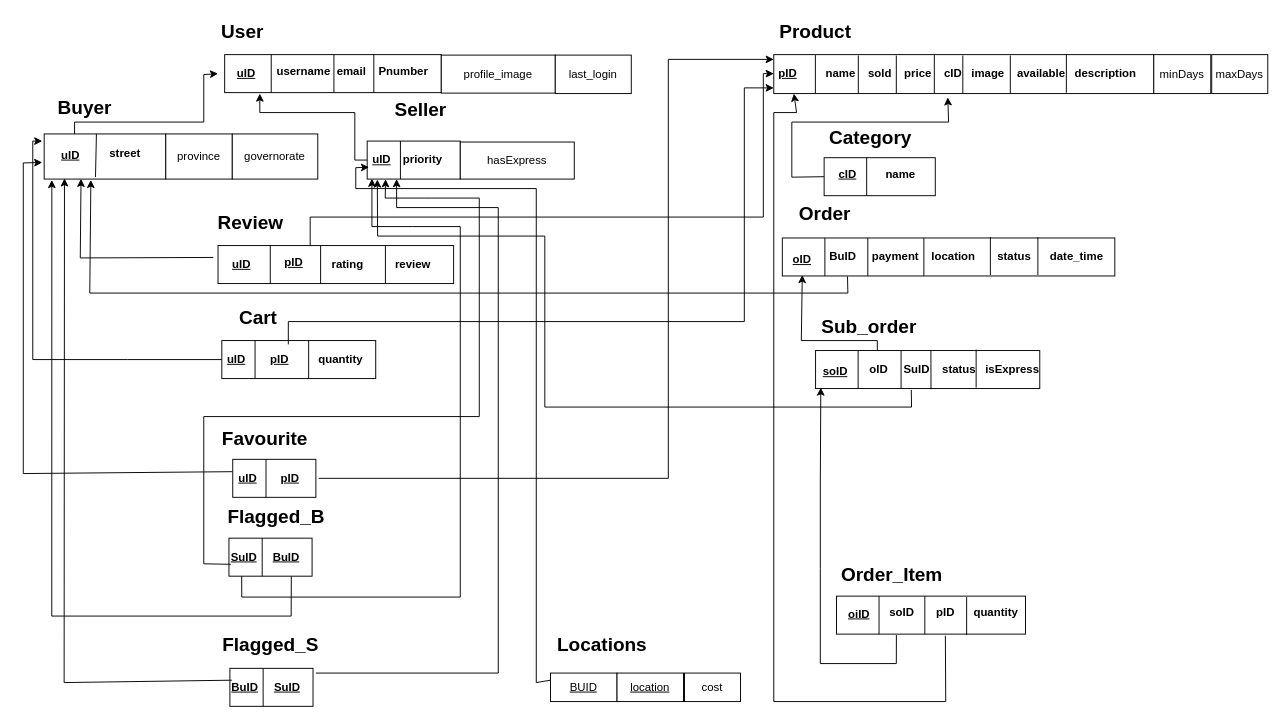
This is Docs/Diagrams/Database/Schema.drawio from Link2004tw/market, a draw.io file, before an edit. Source tidied: cells renumbered, new cells numbered last; positions are measured from the earlier drawing's top-left corner, leaving out a move shared by most shapes. Both pictures are drawn from the tidied source at 95%, with x=0, y=0 at pixel (23, 16).
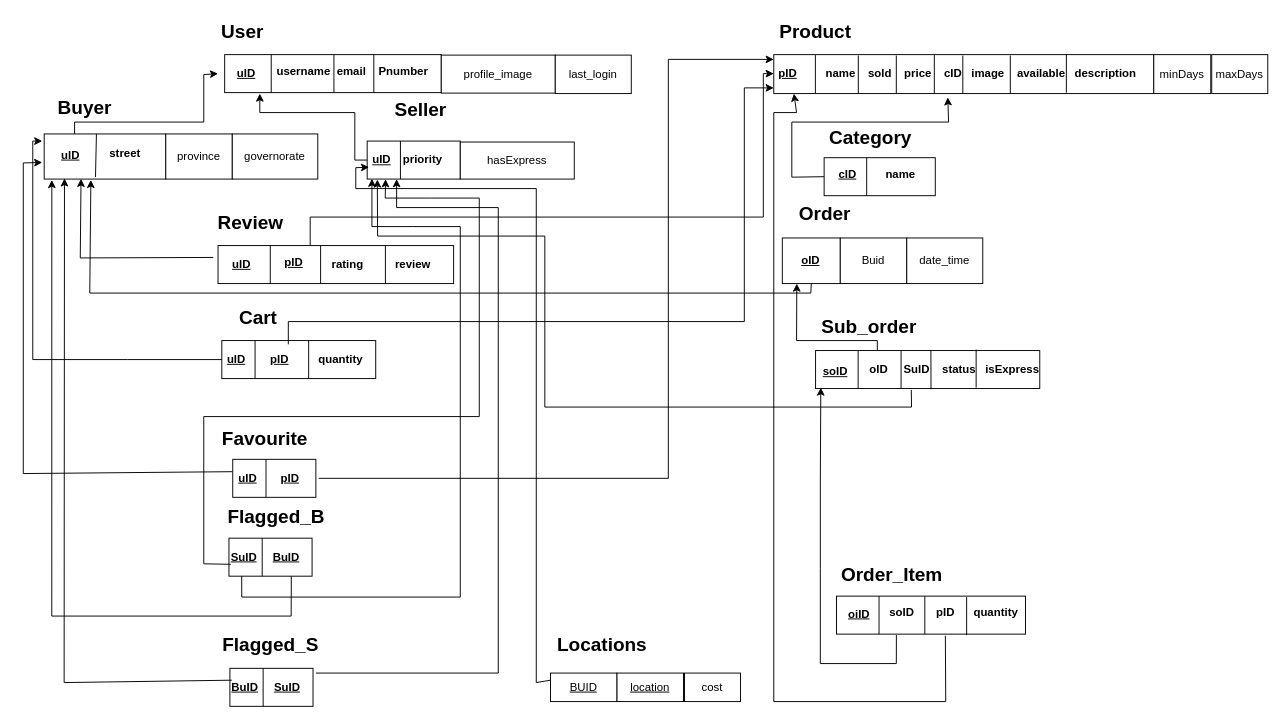
Above is the later version.

Unchanged cells that the change refers to:
```xml
<mxCell id="10" style="rounded=0;whiteSpace=wrap;html=1;" parent="1" vertex="1">
  <mxGeometry x="22" y="123.5" width="128" height="47.5" as="geometry" />
</mxCell>
```

What changed in the source:
```diff
@@
     <mxCell id="67" style="rounded=0;whiteSpace=wrap;html=1;" parent="1" vertex="1">
-      <mxGeometry x="799" y="233" width="350" height="40" as="geometry" />
+      <mxGeometry x="799" y="233" width="61" height="48" as="geometry" />
     </mxCell>
@@
     <mxCell id="69" value="oID" style="text;html=1;align=center;verticalAlign=middle;whiteSpace=wrap;rounded=0;fontStyle=5;" parent="1" vertex="1">
-      <mxGeometry x="789" y="239" width="62" height="33" as="geometry" />
+      <mxGeometry x="798" y="240.5" width="62" height="33" as="geometry" />
     </mxCell>
-    <mxCell id="70" value="&lt;b&gt;BuID&amp;nbsp; &amp;nbsp; &amp;nbsp;payment&amp;nbsp; &amp;nbsp; location&amp;nbsp; &amp;nbsp; &amp;nbsp; &amp;nbsp;status&amp;nbsp; &amp;nbsp; &amp;nbsp; date_time&amp;nbsp; &amp;nbsp;&lt;/b&gt;" style="text;html=1;align=left;verticalAlign=middle;whiteSpace=wrap;rounded=0;" parent="1" vertex="1">
-      <mxGeometry x="847" y="238" width="353.5" height="30" as="geometry" />
-    </mxCell>
-    <mxCell id="71" style="endArrow=none;html=1;rounded=0;" parent="1" edge="1">
-      <mxGeometry relative="1" as="geometry">
-        <mxPoint x="843.8" y="273" as="sourcePoint" />
-        <mxPoint x="843.8" y="233" as="targetPoint" />
-      </mxGeometry>
-    </mxCell>
-    <mxCell id="72" style="endArrow=none;html=1;rounded=0;" parent="1" edge="1">
-      <mxGeometry relative="1" as="geometry">
-        <mxPoint x="889" y="273" as="sourcePoint" />
-        <mxPoint x="889" y="233" as="targetPoint" />
-      </mxGeometry>
-    </mxCell>
@@
-    <mxCell id="78" style="endArrow=none;html=1;rounded=0;" parent="1" edge="1">
-      <mxGeometry relative="1" as="geometry">
-        <mxPoint x="948" y="273" as="sourcePoint" />
-        <mxPoint x="948" y="233" as="targetPoint" />
-      </mxGeometry>
-    </mxCell>
-    <mxCell id="79" style="endArrow=none;html=1;rounded=0;" parent="1" edge="1">
-      <mxGeometry relative="1" as="geometry">
-        <mxPoint x="1018" y="272" as="sourcePoint" />
-        <mxPoint x="1018" y="232" as="targetPoint" />
-      </mxGeometry>
-    </mxCell>
-    <mxCell id="80" style="endArrow=none;html=1;rounded=0;" parent="1" edge="1">
-      <mxGeometry relative="1" as="geometry">
-        <mxPoint x="1068" y="272" as="sourcePoint" />
-        <mxPoint x="1068" y="232" as="targetPoint" />
-      </mxGeometry>
-    </mxCell>
@@
-    <mxCell id="94" style="endArrow=classic;html=1;rounded=0;entryX=0.5;entryY=1;entryDx=0;entryDy=0;" parent="1" edge="1" target="69">
+    <mxCell id="94" style="endArrow=classic;html=1;rounded=0;entryX=0.25;entryY=1;entryDx=0;entryDy=0;" parent="1" edge="1" target="67">
       <mxGeometry relative="1" as="geometry">
         <mxPoint x="899" y="351" as="sourcePoint" />
         <Array as="points">
           <mxPoint x="899" y="341" />
-          <mxPoint x="819" y="341" />
+          <mxPoint x="814" y="341" />
         </Array>
       </mxGeometry>
     </mxCell>
@@
-    <mxCell id="109" style="endArrow=classic;html=1;rounded=0;exitX=0.196;exitY=1.012;exitDx=0;exitDy=0;exitPerimeter=0;entryX=0.384;entryY=1.019;entryDx=0;entryDy=0;entryPerimeter=0;" parent="1" edge="1" source="67" target="10">
+    <mxCell id="109" style="endArrow=classic;html=1;rounded=0;exitX=0.5;exitY=1;exitDx=0;exitDy=0;entryX=0.384;entryY=1.019;entryDx=0;entryDy=0;entryPerimeter=0;" parent="1" edge="1" source="67" target="10">
       <mxGeometry relative="1" as="geometry">
         <Array as="points">
-          <mxPoint x="868" y="291" />
+          <mxPoint x="829" y="291" />
           <mxPoint x="70" y="291" />
         </Array>
       </mxGeometry>
     </mxCell>
@@
+    <mxCell id="120" value="Buid" style="rounded=0;whiteSpace=wrap;html=1;" parent="1" vertex="1">
+      <mxGeometry x="860" y="233" width="70" height="48" as="geometry" />
+    </mxCell>
+    <mxCell id="121" value="date_time" style="rounded=0;whiteSpace=wrap;html=1;" parent="1" vertex="1">
+      <mxGeometry x="930" y="233" width="80" height="48" as="geometry" />
+    </mxCell>
```
